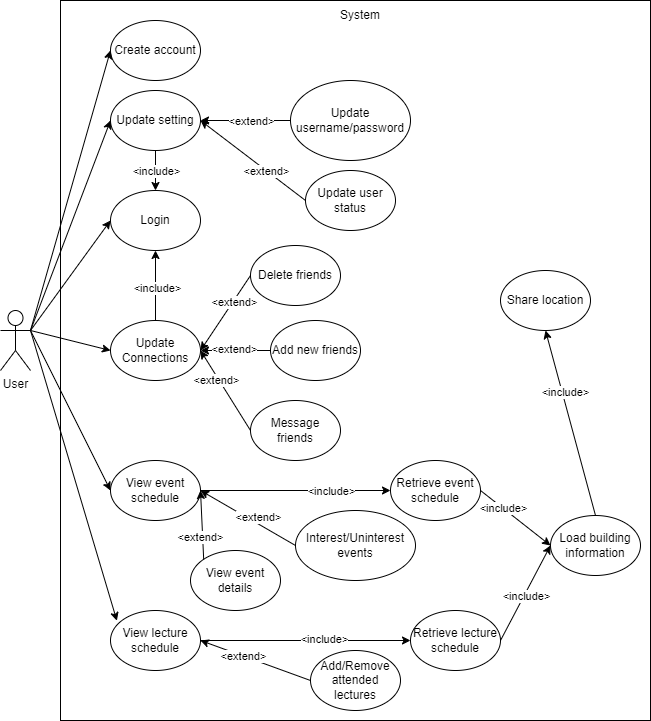
Earlier version of the draw.io export docs/SRS-Volere/Use_Case_Diagram.png (beatlepie/4G06CapstoneProjectTeam2). Source tidied: cells renumbered, new cells last; positions are measured from the earlier drawing's top-left corner, leaving out a move shared by most shapes. The source it was exported from:
```xml
<mxGraphModel>
  <root>
    <mxCell id="0" />
    <mxCell id="1" parent="0" />
    <mxCell id="2" value="User" style="shape=umlActor;verticalLabelPosition=bottom;verticalAlign=top;html=1;outlineConnect=0;" parent="1" vertex="1">
      <mxGeometry y="310" width="30" height="60" as="geometry" />
    </mxCell>
    <mxCell id="3" style="rounded=0;whiteSpace=wrap;html=1;" parent="1" vertex="1">
      <mxGeometry x="60" width="590" height="720" as="geometry" />
    </mxCell>
    <mxCell id="4" value="System" style="text;html=1;strokeColor=none;fillColor=none;align=center;verticalAlign=middle;whiteSpace=wrap;rounded=0;" parent="1" vertex="1">
      <mxGeometry x="330" width="60" height="30" as="geometry" />
    </mxCell>
    <mxCell id="5" value="Update user status" style="ellipse;whiteSpace=wrap;html=1;" parent="1" vertex="1">
      <mxGeometry x="305" y="170" width="90" height="60" as="geometry" />
    </mxCell>
    <mxCell id="6" style="edgeStyle=orthogonalEdgeStyle;rounded=0;jettySize=auto;html=1;exitX=1;exitY=0.5;exitDx=0;exitDy=0;entryX=0;entryY=0.5;entryDx=0;entryDy=0;" parent="1" edge="1" source="8" target="25">
      <mxGeometry relative="1" as="geometry" />
    </mxCell>
    <mxCell id="7" value="&amp;lt;include&amp;gt;" style="edgeLabel;html=1;align=center;verticalAlign=middle;" parent="6" vertex="1">
      <mxGeometry x="0.2" y="-3" relative="1" as="geometry">
        <mxPoint x="16" y="-3" as="offset" />
      </mxGeometry>
    </mxCell>
    <mxCell id="8" value="View event schedule" style="ellipse;whiteSpace=wrap;html=1;" parent="1" vertex="1">
      <mxGeometry x="110" y="460" width="90" height="60" as="geometry" />
    </mxCell>
    <mxCell id="9" value="View lecture schedule" style="ellipse;whiteSpace=wrap;html=1;" parent="1" vertex="1">
      <mxGeometry x="110" y="610" width="90" height="60" as="geometry" />
    </mxCell>
    <mxCell id="10" value="Add new friends" style="ellipse;whiteSpace=wrap;html=1;" parent="1" vertex="1">
      <mxGeometry x="270" y="320" width="90" height="60" as="geometry" />
    </mxCell>
    <mxCell id="11" value="Delete friends" style="ellipse;whiteSpace=wrap;html=1;" parent="1" vertex="1">
      <mxGeometry x="250" y="245" width="90" height="60" as="geometry" />
    </mxCell>
    <mxCell id="12" value="Login" style="ellipse;whiteSpace=wrap;html=1;" parent="1" vertex="1">
      <mxGeometry x="110" y="190" width="90" height="60" as="geometry" />
    </mxCell>
    <mxCell id="13" value="Create account" style="ellipse;whiteSpace=wrap;html=1;" parent="1" vertex="1">
      <mxGeometry x="110" y="20" width="90" height="60" as="geometry" />
    </mxCell>
    <mxCell id="14" style="edgeStyle=orthogonalEdgeStyle;rounded=0;jettySize=auto;html=1;" parent="1" edge="1" source="16" target="12">
      <mxGeometry relative="1" as="geometry" />
    </mxCell>
    <mxCell id="15" value="&amp;lt;include&amp;gt;" style="edgeLabel;html=1;align=center;verticalAlign=middle;" parent="14" vertex="1">
      <mxGeometry x="-0.49" relative="1" as="geometry">
        <mxPoint y="10" as="offset" />
      </mxGeometry>
    </mxCell>
    <mxCell id="16" value="Update setting" style="ellipse;whiteSpace=wrap;html=1;" parent="1" vertex="1">
      <mxGeometry x="110" y="90" width="90" height="60" as="geometry" />
    </mxCell>
    <mxCell id="17" style="edgeStyle=orthogonalEdgeStyle;rounded=0;jettySize=auto;html=1;exitX=0;exitY=0.5;exitDx=0;exitDy=0;entryX=1;entryY=0.5;entryDx=0;entryDy=0;" parent="1" edge="1" source="19" target="16">
      <mxGeometry relative="1" as="geometry" />
    </mxCell>
    <mxCell id="18" value="&amp;lt;extend&amp;gt;" style="edgeLabel;html=1;align=center;verticalAlign=middle;" parent="17" vertex="1">
      <mxGeometry x="0.28" y="-2" relative="1" as="geometry">
        <mxPoint x="18" y="2" as="offset" />
      </mxGeometry>
    </mxCell>
    <mxCell id="19" value="Update username/password" style="ellipse;whiteSpace=wrap;html=1;" parent="1" vertex="1">
      <mxGeometry x="290" y="80" width="120" height="80" as="geometry" />
    </mxCell>
    <mxCell id="20" value="View event details" style="ellipse;whiteSpace=wrap;html=1;" parent="1" vertex="1">
      <mxGeometry x="190" y="550" width="90" height="60" as="geometry" />
    </mxCell>
    <mxCell id="21" value="Message friends" style="ellipse;whiteSpace=wrap;html=1;" parent="1" vertex="1">
      <mxGeometry x="250" y="400" width="90" height="60" as="geometry" />
    </mxCell>
    <mxCell id="22" value="Share location" style="ellipse;whiteSpace=wrap;html=1;" parent="1" vertex="1">
      <mxGeometry x="500" y="270" width="90" height="60" as="geometry" />
    </mxCell>
    <mxCell id="23" value="Interest/Uninterest events" style="ellipse;whiteSpace=wrap;html=1;" parent="1" vertex="1">
      <mxGeometry x="295" y="510" width="120" height="70" as="geometry" />
    </mxCell>
    <mxCell id="24" value="Add/Remove attended lectures" style="ellipse;whiteSpace=wrap;html=1;" parent="1" vertex="1">
      <mxGeometry x="310" y="650" width="90" height="60" as="geometry" />
    </mxCell>
    <mxCell id="25" value="Retrieve event schedule" style="ellipse;whiteSpace=wrap;html=1;" parent="1" vertex="1">
      <mxGeometry x="390" y="460" width="90" height="60" as="geometry" />
    </mxCell>
    <mxCell id="26" value="Retrieve lecture schedule" style="ellipse;whiteSpace=wrap;html=1;" parent="1" vertex="1">
      <mxGeometry x="410" y="610" width="90" height="60" as="geometry" />
    </mxCell>
    <mxCell id="27" style="edgeStyle=orthogonalEdgeStyle;rounded=0;jettySize=auto;html=1;" parent="1" edge="1" source="29" target="12">
      <mxGeometry relative="1" as="geometry" />
    </mxCell>
    <mxCell id="28" value="&amp;lt;include&amp;gt;" style="edgeLabel;html=1;align=center;verticalAlign=middle;" parent="27" vertex="1">
      <mxGeometry x="-0.06" y="-1" relative="1" as="geometry" />
    </mxCell>
    <mxCell id="29" value="Update Connections" style="ellipse;whiteSpace=wrap;html=1;" parent="1" vertex="1">
      <mxGeometry x="110" y="320" width="90" height="60" as="geometry" />
    </mxCell>
    <mxCell id="30" value="Load building information" style="ellipse;whiteSpace=wrap;html=1;" parent="1" vertex="1">
      <mxGeometry x="550" y="515" width="90" height="60" as="geometry" />
    </mxCell>
    <mxCell id="31" style="endArrow=classic;html=1;rounded=0;entryX=0;entryY=0.5;entryDx=0;entryDy=0;exitX=1;exitY=0.3333333333333333;exitDx=0;exitDy=0;exitPerimeter=0;" parent="1" edge="1" source="2" target="13">
      <mxGeometry relative="1" as="geometry" />
    </mxCell>
    <mxCell id="32" style="endArrow=classic;html=1;rounded=0;exitX=1;exitY=0.3333333333333333;exitDx=0;exitDy=0;exitPerimeter=0;entryX=0;entryY=0.5;entryDx=0;entryDy=0;" parent="1" edge="1" source="2" target="16">
      <mxGeometry relative="1" as="geometry" />
    </mxCell>
    <mxCell id="33" style="endArrow=classic;html=1;rounded=0;entryX=0;entryY=0.5;entryDx=0;entryDy=0;exitX=1;exitY=0.3333333333333333;exitDx=0;exitDy=0;exitPerimeter=0;" parent="1" edge="1" source="2" target="12">
      <mxGeometry relative="1" as="geometry" />
    </mxCell>
    <mxCell id="34" style="endArrow=classic;html=1;rounded=0;entryX=1;entryY=0.5;entryDx=0;entryDy=0;exitX=0;exitY=0.5;exitDx=0;exitDy=0;" parent="1" edge="1" source="5" target="16">
      <mxGeometry relative="1" as="geometry" />
    </mxCell>
    <mxCell id="35" value="&amp;lt;extend&amp;gt;" style="edgeLabel;html=1;align=center;verticalAlign=middle;" parent="34" vertex="1">
      <mxGeometry x="-0.25" relative="1" as="geometry">
        <mxPoint y="1" as="offset" />
      </mxGeometry>
    </mxCell>
    <mxCell id="36" style="endArrow=classic;html=1;rounded=0;entryX=1;entryY=0.5;entryDx=0;entryDy=0;exitX=0;exitY=0.5;exitDx=0;exitDy=0;" parent="1" edge="1" source="11" target="29">
      <mxGeometry relative="1" as="geometry" />
    </mxCell>
    <mxCell id="37" value="&amp;lt;extend&amp;gt;" style="edgeLabel;html=1;align=center;verticalAlign=middle;" parent="36" vertex="1">
      <mxGeometry x="-0.31" y="1" relative="1" as="geometry" />
    </mxCell>
    <mxCell id="38" style="endArrow=classic;html=1;rounded=0;entryX=1;entryY=0.5;entryDx=0;entryDy=0;exitX=0;exitY=0.5;exitDx=0;exitDy=0;" parent="1" edge="1" source="10" target="29">
      <mxGeometry relative="1" as="geometry" />
    </mxCell>
    <mxCell id="39" value="&amp;lt;extend&amp;gt;" style="edgeLabel;html=1;align=center;verticalAlign=middle;" parent="38" vertex="1">
      <mxGeometry x="0.07" y="-2" relative="1" as="geometry" />
    </mxCell>
    <mxCell id="40" style="endArrow=classic;html=1;rounded=0;entryX=1;entryY=0.5;entryDx=0;entryDy=0;exitX=0;exitY=0.5;exitDx=0;exitDy=0;" parent="1" edge="1" source="21" target="29">
      <mxGeometry relative="1" as="geometry" />
    </mxCell>
    <mxCell id="41" value="&amp;lt;extend&amp;gt;" style="edgeLabel;html=1;align=center;verticalAlign=middle;" parent="40" vertex="1">
      <mxGeometry x="0.29" y="2" relative="1" as="geometry" />
    </mxCell>
    <mxCell id="42" style="endArrow=classic;html=1;rounded=0;exitX=1;exitY=0.3333333333333333;exitDx=0;exitDy=0;exitPerimeter=0;entryX=0;entryY=0.5;entryDx=0;entryDy=0;" parent="1" edge="1" source="2" target="8">
      <mxGeometry relative="1" as="geometry" />
    </mxCell>
    <mxCell id="43" style="endArrow=classic;html=1;rounded=0;exitX=1;exitY=0.3333333333333333;exitDx=0;exitDy=0;exitPerimeter=0;entryX=0.071;entryY=0.17;entryDx=0;entryDy=0;entryPerimeter=0;" parent="1" edge="1" source="2" target="9">
      <mxGeometry relative="1" as="geometry" />
    </mxCell>
    <mxCell id="44" style="endArrow=classic;html=1;rounded=0;entryX=1;entryY=0.5;entryDx=0;entryDy=0;exitX=0;exitY=0.5;exitDx=0;exitDy=0;" parent="1" edge="1" source="23" target="8">
      <mxGeometry relative="1" as="geometry" />
    </mxCell>
    <mxCell id="45" value="&amp;lt;extend&amp;gt;" style="edgeLabel;html=1;align=center;verticalAlign=middle;" parent="44" vertex="1">
      <mxGeometry x="0.39" y="-1" relative="1" as="geometry">
        <mxPoint x="28" y="10" as="offset" />
      </mxGeometry>
    </mxCell>
    <mxCell id="46" style="endArrow=classic;html=1;rounded=0;exitX=1;exitY=0.5;exitDx=0;exitDy=0;entryX=0;entryY=0.5;entryDx=0;entryDy=0;" parent="1" edge="1" source="9" target="26">
      <mxGeometry relative="1" as="geometry" />
    </mxCell>
    <mxCell id="47" value="&amp;lt;include&amp;gt;" style="edgeLabel;html=1;align=center;verticalAlign=middle;" parent="46" vertex="1">
      <mxGeometry x="0.24" y="-4" relative="1" as="geometry">
        <mxPoint x="-7" y="-6" as="offset" />
      </mxGeometry>
    </mxCell>
    <mxCell id="48" style="endArrow=classic;html=1;rounded=0;exitX=1;exitY=0.5;exitDx=0;exitDy=0;entryX=0;entryY=0.5;entryDx=0;entryDy=0;" parent="1" edge="1" source="25" target="30">
      <mxGeometry relative="1" as="geometry" />
    </mxCell>
    <mxCell id="49" value="&amp;lt;include&amp;gt;" style="edgeLabel;html=1;align=center;verticalAlign=middle;" parent="48" vertex="1">
      <mxGeometry x="-0.35" relative="1" as="geometry" />
    </mxCell>
    <mxCell id="50" style="endArrow=classic;html=1;rounded=0;entryX=0;entryY=0.5;entryDx=0;entryDy=0;exitX=1;exitY=0.5;exitDx=0;exitDy=0;" parent="1" edge="1" source="26" target="30">
      <mxGeometry relative="1" as="geometry" />
    </mxCell>
    <mxCell id="51" value="&amp;lt;include&amp;gt;" style="edgeLabel;html=1;align=center;verticalAlign=middle;" parent="50" vertex="1">
      <mxGeometry x="-0.05" y="-2" relative="1" as="geometry" />
    </mxCell>
    <mxCell id="52" style="endArrow=classic;html=1;rounded=0;exitX=0;exitY=0.5;exitDx=0;exitDy=0;entryX=1;entryY=0.5;entryDx=0;entryDy=0;" parent="1" edge="1" source="24" target="9">
      <mxGeometry relative="1" as="geometry" />
    </mxCell>
    <mxCell id="53" value="&amp;lt;extend&amp;gt;" style="edgeLabel;html=1;align=center;verticalAlign=middle;" parent="52" vertex="1">
      <mxGeometry x="0.23" relative="1" as="geometry" />
    </mxCell>
    <mxCell id="54" style="endArrow=classic;html=1;rounded=0;exitX=0;exitY=0;exitDx=0;exitDy=0;entryX=1;entryY=0.5;entryDx=0;entryDy=0;" parent="1" edge="1" source="20" target="8">
      <mxGeometry relative="1" as="geometry" />
    </mxCell>
    <mxCell id="55" value="&amp;lt;extend&amp;gt;" style="edgeLabel;html=1;align=center;verticalAlign=middle;" parent="54" vertex="1">
      <mxGeometry x="-0.37" y="3" relative="1" as="geometry" />
    </mxCell>
    <mxCell id="56" style="endArrow=classic;html=1;rounded=0;exitX=0.5;exitY=0;exitDx=0;exitDy=0;entryX=0.5;entryY=1;entryDx=0;entryDy=0;" parent="1" edge="1" source="30" target="22">
      <mxGeometry relative="1" as="geometry" />
    </mxCell>
    <mxCell id="57" value="&amp;lt;include&amp;gt;" style="edgeLabel;html=1;align=center;verticalAlign=middle;" parent="56" vertex="1">
      <mxGeometry x="0.33" y="-3" relative="1" as="geometry" />
    </mxCell>
    <mxCell id="58" style="endArrow=classic;html=1;rounded=0;entryX=0;entryY=0.5;entryDx=0;entryDy=0;exitX=1;exitY=0.3333333333333333;exitDx=0;exitDy=0;exitPerimeter=0;" parent="1" edge="1" source="2" target="29">
      <mxGeometry relative="1" as="geometry" />
    </mxCell>
  </root>
</mxGraphModel>
```
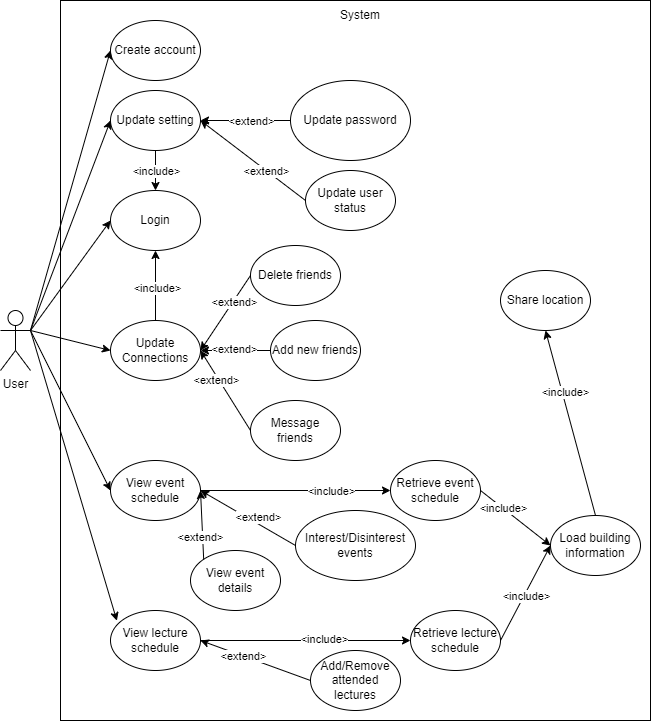
Later version of the same file.

The edit, as a diff of the source:
```diff
@@ -59,7 +59,7 @@
         <mxPoint x="18" y="2" as="offset" />
       </mxGeometry>
     </mxCell>
-    <mxCell id="19" value="Update username/password" style="ellipse;whiteSpace=wrap;html=1;" parent="1" vertex="1">
+    <mxCell id="19" value="Update password" style="ellipse;whiteSpace=wrap;html=1;" parent="1" vertex="1">
       <mxGeometry x="290" y="80" width="120" height="80" as="geometry" />
     </mxCell>
     <mxCell id="20" value="View event details" style="ellipse;whiteSpace=wrap;html=1;" parent="1" vertex="1">
@@ -71,7 +71,7 @@
     <mxCell id="22" value="Share location" style="ellipse;whiteSpace=wrap;html=1;" parent="1" vertex="1">
       <mxGeometry x="500" y="270" width="90" height="60" as="geometry" />
     </mxCell>
-    <mxCell id="23" value="Interest/Uninterest events" style="ellipse;whiteSpace=wrap;html=1;" parent="1" vertex="1">
+    <mxCell id="23" value="Interest/Disinterest events" style="ellipse;whiteSpace=wrap;html=1;" parent="1" vertex="1">
       <mxGeometry x="295" y="510" width="120" height="70" as="geometry" />
     </mxCell>
     <mxCell id="24" value="Add/Remove attended lectures" style="ellipse;whiteSpace=wrap;html=1;" parent="1" vertex="1">
```
